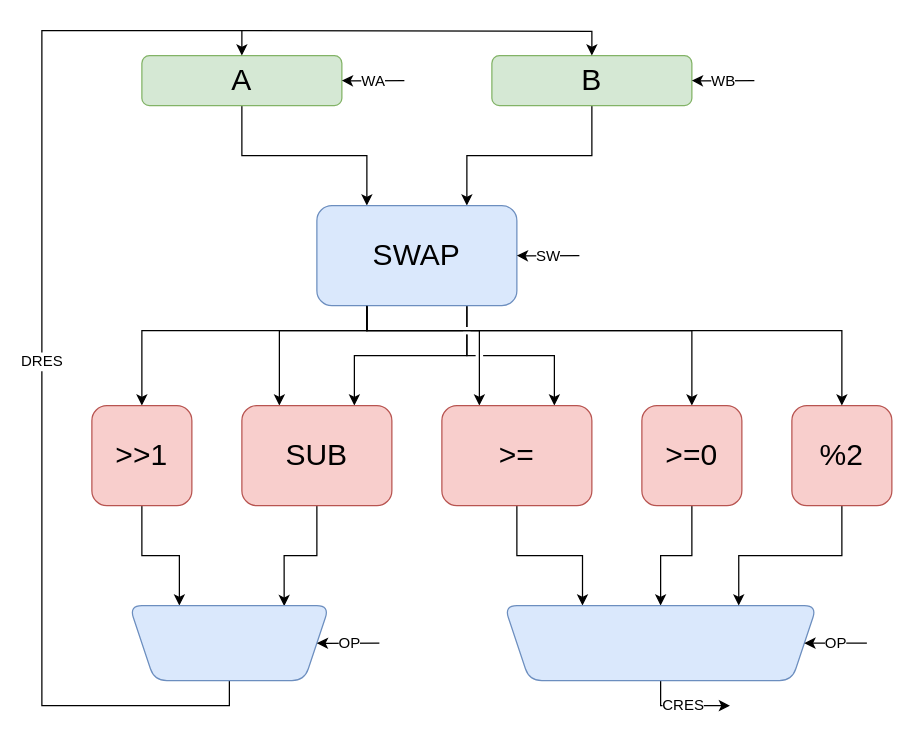
This is page "Datapath" (1 of 2) of doc/pseudocpu.drawio from HummusPrince/PseudoCPU, a draw.io file, before an edit. Source tidied: cells renumbered, new cells numbered last; positions are measured from the earlier drawing's top-left corner, leaving out a move shared by most shapes. Both pictures are drawn from the tidied source at 125%, with x=0, y=0 at pixel (41, 30).
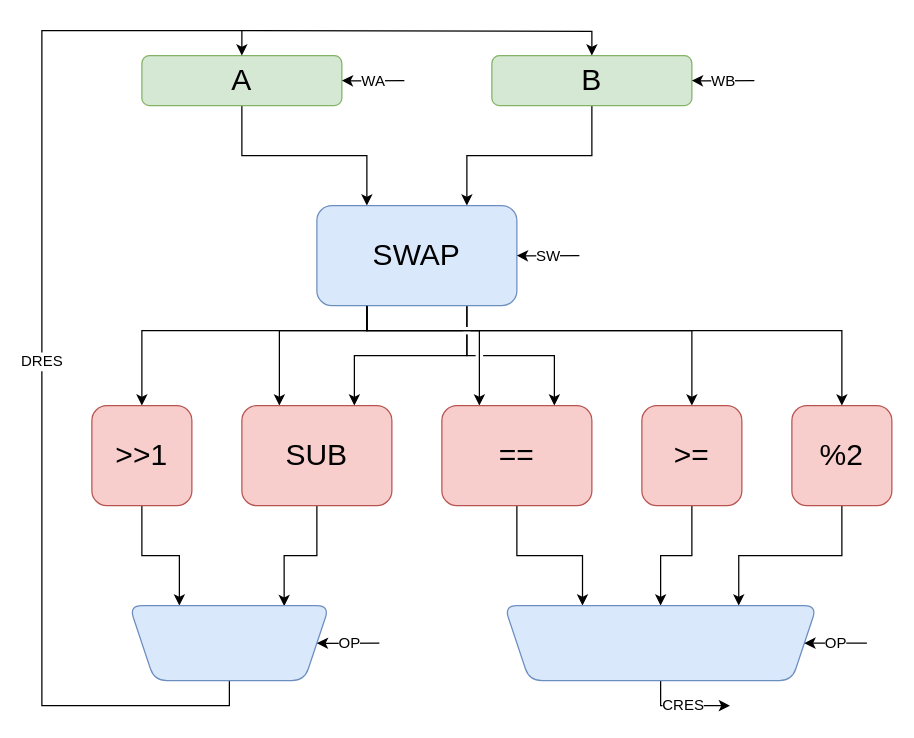
After the change.

The edit, as a diff of the source:
```diff
@@
-    <mxCell id="18" value="&amp;gt;=" style="rounded=1;whiteSpace=wrap;html=1;fontFamily=Helvetica;fontSize=24;fillColor=#f8cecc;strokeColor=#b85450;" parent="1" vertex="1">
+    <mxCell id="18" value="==" style="rounded=1;whiteSpace=wrap;html=1;fontFamily=Helvetica;fontSize=24;fillColor=#f8cecc;strokeColor=#b85450;" parent="1" vertex="1">
       <mxGeometry x="320" y="300" width="120" height="80" as="geometry" />
     </mxCell>
@@
-    <mxCell id="20" value="&amp;gt;=0" style="rounded=1;whiteSpace=wrap;html=1;fontFamily=Helvetica;fontSize=24;fillColor=#f8cecc;strokeColor=#b85450;" parent="1" vertex="1">
+    <mxCell id="20" value="&amp;gt;=" style="rounded=1;whiteSpace=wrap;html=1;fontFamily=Helvetica;fontSize=24;fillColor=#f8cecc;strokeColor=#b85450;" parent="1" vertex="1">
       <mxGeometry x="480" y="300" width="80" height="80" as="geometry" />
     </mxCell>
```
